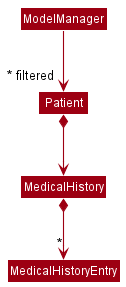
The PlantUML diagram docs/diagrams/MedicalHistoryClassDiagram.png in rish-16/tp, before a commit. The source it was exported from:
```plantuml
@startuml
!include style.puml
skinparam arrowThickness 1.1
skinparam arrowColor MODEL_COLOR
skinparam classBackgroundColor MODEL_COLOR

Patient *--> MedicalHistory
MedicalHistory *--> "*" MedicalHistoryEntry

ModelManager -->"~* filtered" Patient
@enduml
```
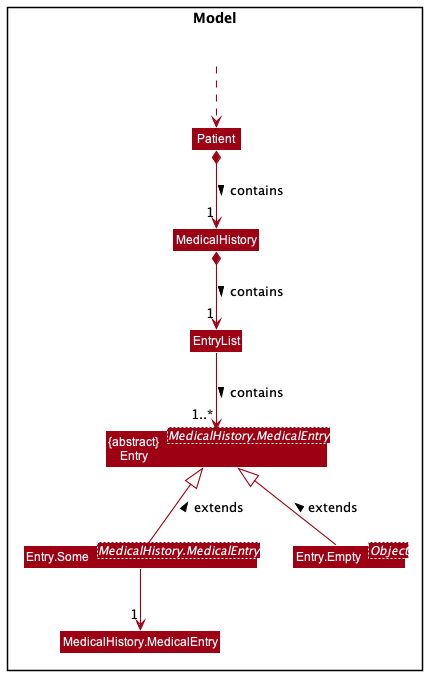
After the commit.

Change to the diagram source:
```diff
@@ -4,8 +4,40 @@
 skinparam arrowColor MODEL_COLOR
 skinparam classBackgroundColor MODEL_COLOR
 
-Patient *--> MedicalHistory
-MedicalHistory *--> "*" MedicalHistoryEntry
+Package Model <<Rectangle>> {
+class Patient {
+}
 
-ModelManager -->"~* filtered" Patient
+class MedicalHistory {
+}
+
+class MedicalHistory.MedicalEntry {
+}
+
+class EntryList {
+}
+
+class "{abstract}\nEntry" as Entry
+
+class Entry<MedicalHistory.MedicalEntry> MODEL_COLOR {
+}
+
+class Entry.Some<MedicalHistory.MedicalEntry> MODEL_COLOR {
+}
+
+class Entry.Empty<Object> MODEL_COLOR {
+}
+
+Class HiddenOutside #FFFFFF
+}
+
+
+HiddenOutside -[dashed]-> Patient
+
+Patient *--> "1"MedicalHistory : contains >
+MedicalHistory *--> "1" EntryList : contains >
+EntryList --> "1..*"Entry : contains >
+Entry.Some -up-|> Entry : extends >
+Entry.Empty -up-|> Entry : extends >
+Entry.Some --> "1"MedicalHistory.MedicalEntry
 @enduml
```
